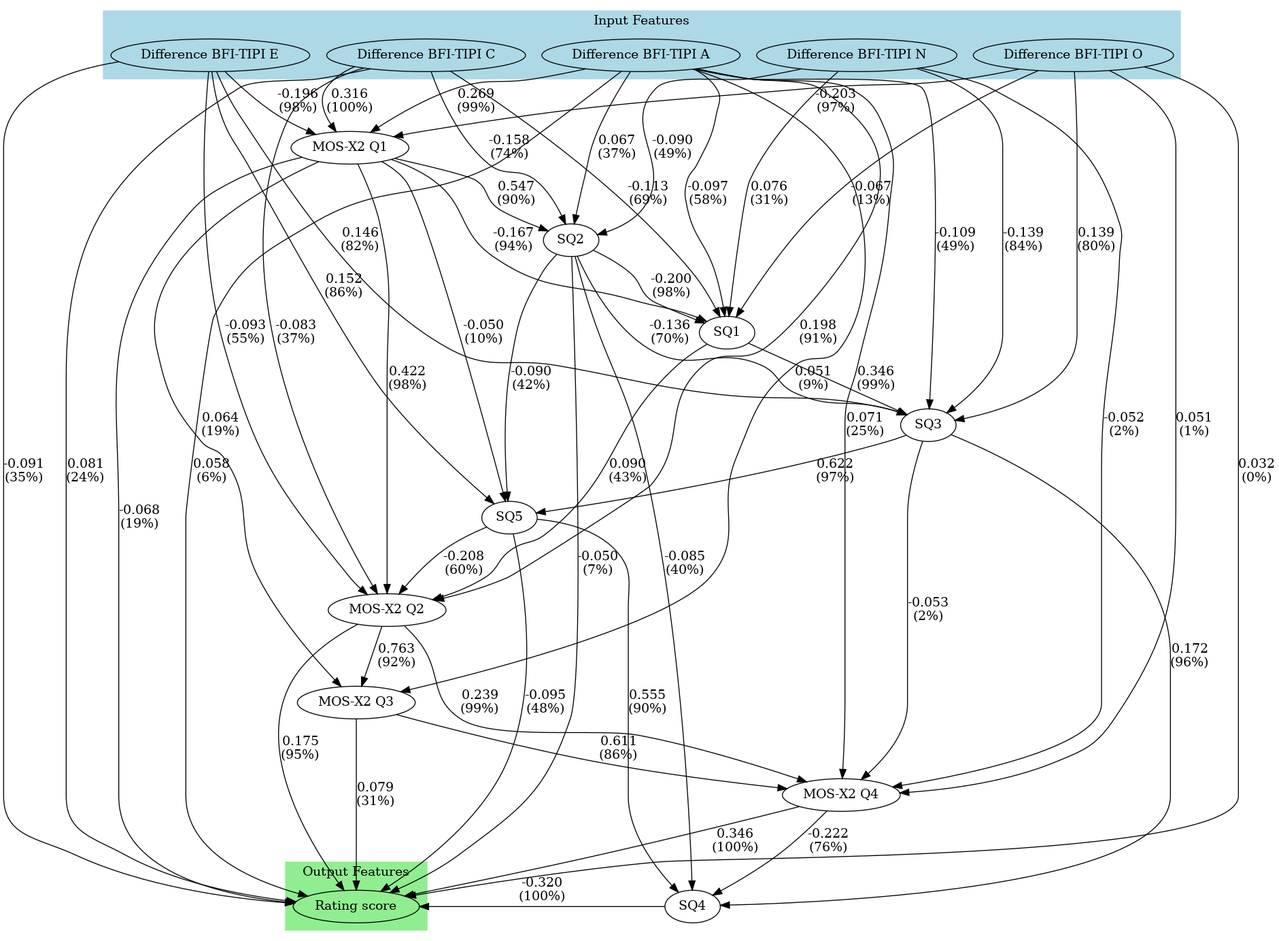
Before: Experiment3/Workspace/Models/causal_outputs/figures/causal_graphs/lingam_causal_model_direct.png, a diagram exported from Graphviz (hiimmuc/Hetero-GNN-CausalDiscovery). Its source is kept beside it as Experiment3/Workspace/Models/causal_outputs/figures/causal_graphs/lingam_causal_model_direct.dot.
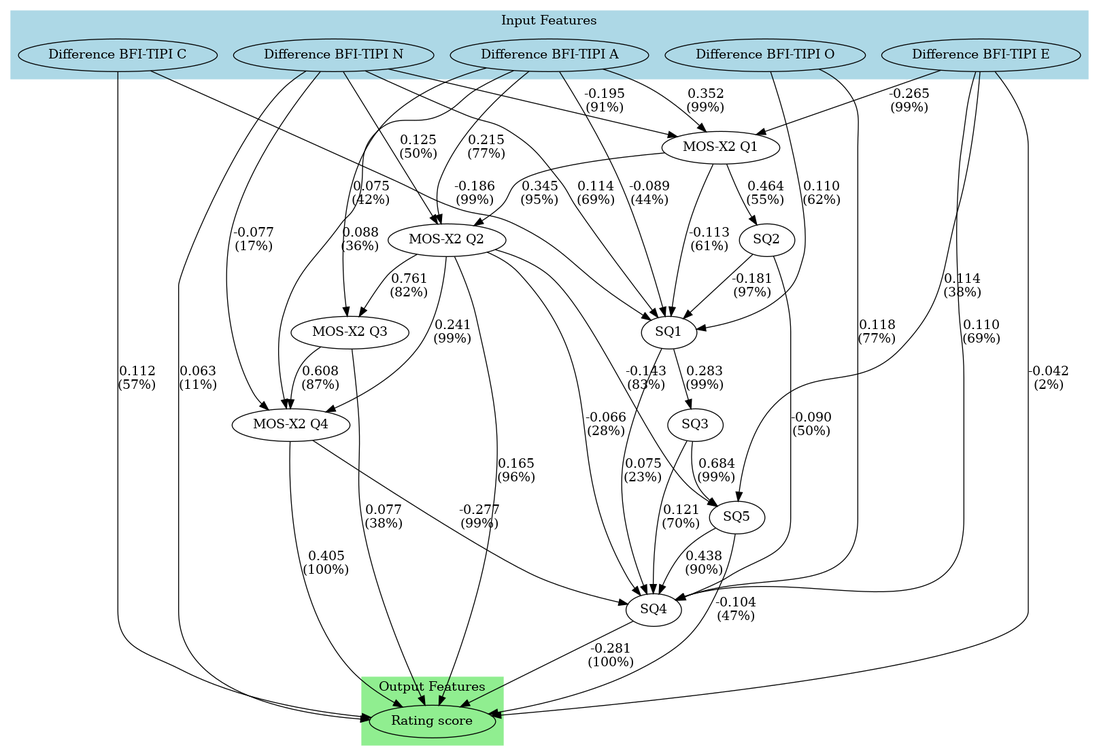
After the commit.

Diff of the diagram source:
```diff
@@ -16,60 +16,45 @@
 	SQ4 [label=SQ4]
 	SQ5 [label=SQ5]
 	"Rating score" [label="Rating score"]
-	"Difference BFI-TIPI O" -> "MOS-X2 Q1" [label="-0.203\n(97%)" fontsize=14]
-	"Difference BFI-TIPI C" -> "MOS-X2 Q1" [label="0.316\n(100%)" fontsize=14]
-	"Difference BFI-TIPI E" -> "MOS-X2 Q1" [label="-0.196\n(98%)" fontsize=14]
-	"Difference BFI-TIPI A" -> "MOS-X2 Q1" [label="0.269\n(99%)" fontsize=14]
-	"Difference BFI-TIPI C" -> "MOS-X2 Q2" [label="-0.083\n(37%)" fontsize=14]
-	"Difference BFI-TIPI E" -> "MOS-X2 Q2" [label="-0.093\n(55%)" fontsize=14]
-	"Difference BFI-TIPI A" -> "MOS-X2 Q2" [label="0.198\n(91%)" fontsize=14]
-	"MOS-X2 Q1" -> "MOS-X2 Q2" [label="0.422\n(98%)" fontsize=14]
-	SQ1 -> "MOS-X2 Q2" [label="0.090\n(43%)" fontsize=14]
-	SQ5 -> "MOS-X2 Q2" [label="-0.208\n(60%)" fontsize=14]
-	"Difference BFI-TIPI A" -> "MOS-X2 Q3" [label="0.051\n(9%)" fontsize=14]
-	"MOS-X2 Q1" -> "MOS-X2 Q3" [label="0.064\n(19%)" fontsize=14]
-	"MOS-X2 Q2" -> "MOS-X2 Q3" [label="0.763\n(92%)" fontsize=14]
-	"Difference BFI-TIPI O" -> "MOS-X2 Q4" [label="0.051\n(1%)" fontsize=14]
-	"Difference BFI-TIPI A" -> "MOS-X2 Q4" [label="0.071\n(25%)" fontsize=14]
-	"Difference BFI-TIPI N" -> "MOS-X2 Q4" [label="-0.052\n(2%)" fontsize=14]
-	"MOS-X2 Q2" -> "MOS-X2 Q4" [label="0.239\n(99%)" fontsize=14]
-	"MOS-X2 Q3" -> "MOS-X2 Q4" [label="0.611\n(86%)" fontsize=14]
-	SQ3 -> "MOS-X2 Q4" [label="-0.053\n(2%)" fontsize=14]
-	"Difference BFI-TIPI O" -> SQ1 [label="-0.067\n(13%)" fontsize=14]
-	"Difference BFI-TIPI C" -> SQ1 [label="-0.113\n(69%)" fontsize=14]
-	"Difference BFI-TIPI A" -> SQ1 [label="-0.097\n(58%)" fontsize=14]
-	"Difference BFI-TIPI N" -> SQ1 [label="0.076\n(31%)" fontsize=14]
-	"MOS-X2 Q1" -> SQ1 [label="-0.167\n(94%)" fontsize=14]
-	SQ2 -> SQ1 [label="-0.200\n(98%)" fontsize=14]
-	"Difference BFI-TIPI C" -> SQ2 [label="-0.158\n(74%)" fontsize=14]
-	"Difference BFI-TIPI A" -> SQ2 [label="0.067\n(37%)" fontsize=14]
-	"Difference BFI-TIPI N" -> SQ2 [label="-0.090\n(49%)" fontsize=14]
-	"MOS-X2 Q1" -> SQ2 [label="0.547\n(90%)" fontsize=14]
-	"Difference BFI-TIPI O" -> SQ3 [label="0.139\n(80%)" fontsize=14]
-	"Difference BFI-TIPI E" -> SQ3 [label="0.146\n(82%)" fontsize=14]
-	"Difference BFI-TIPI A" -> SQ3 [label="-0.109\n(49%)" fontsize=14]
-	"Difference BFI-TIPI N" -> SQ3 [label="-0.139\n(84%)" fontsize=14]
-	SQ1 -> SQ3 [label="0.346\n(99%)" fontsize=14]
-	SQ2 -> SQ3 [label="-0.136\n(70%)" fontsize=14]
-	"MOS-X2 Q4" -> SQ4 [label="-0.222\n(76%)" fontsize=14]
-	SQ2 -> SQ4 [label="-0.085\n(40%)" fontsize=14]
-	SQ3 -> SQ4 [label="0.172\n(96%)" fontsize=14]
-	SQ5 -> SQ4 [label="0.555\n(90%)" fontsize=14]
-	"Difference BFI-TIPI E" -> SQ5 [label="0.152\n(86%)" fontsize=14]
-	"MOS-X2 Q1" -> SQ5 [label="-0.050\n(10%)" fontsize=14]
-	SQ2 -> SQ5 [label="-0.090\n(42%)" fontsize=14]
-	SQ3 -> SQ5 [label="0.622\n(97%)" fontsize=14]
-	"Difference BFI-TIPI O" -> "Rating score" [label="0.032\n(0%)" fontsize=14]
-	"Difference BFI-TIPI C" -> "Rating score" [label="0.081\n(24%)" fontsize=14]
-	"Difference BFI-TIPI E" -> "Rating score" [label="-0.091\n(35%)" fontsize=14]
-	"Difference BFI-TIPI A" -> "Rating score" [label="0.058\n(6%)" fontsize=14]
-	"MOS-X2 Q1" -> "Rating score" [label="-0.068\n(19%)" fontsize=14]
-	"MOS-X2 Q2" -> "Rating score" [label="0.175\n(95%)" fontsize=14]
-	"MOS-X2 Q3" -> "Rating score" [label="0.079\n(31%)" fontsize=14]
-	"MOS-X2 Q4" -> "Rating score" [label="0.346\n(100%)" fontsize=14]
-	SQ2 -> "Rating score" [label="-0.050\n(7%)" fontsize=14]
-	SQ4 -> "Rating score" [label="-0.320\n(100%)" fontsize=14]
-	SQ5 -> "Rating score" [label="-0.095\n(48%)" fontsize=14]
+	"Difference BFI-TIPI E" -> "MOS-X2 Q1" [label="-0.265\n(99%)" fontsize=14]
+	"Difference BFI-TIPI A" -> "MOS-X2 Q1" [label="0.352\n(99%)" fontsize=14]
+	"Difference BFI-TIPI N" -> "MOS-X2 Q1" [label="-0.195\n(91%)" fontsize=14]
+	"Difference BFI-TIPI A" -> "MOS-X2 Q2" [label="0.215\n(77%)" fontsize=14]
+	"Difference BFI-TIPI N" -> "MOS-X2 Q2" [label="0.125\n(50%)" fontsize=14]
+	"MOS-X2 Q1" -> "MOS-X2 Q2" [label="0.345\n(95%)" fontsize=14]
+	"Difference BFI-TIPI A" -> "MOS-X2 Q3" [label="0.075\n(42%)" fontsize=14]
+	"MOS-X2 Q2" -> "MOS-X2 Q3" [label="0.761\n(82%)" fontsize=14]
+	"Difference BFI-TIPI A" -> "MOS-X2 Q4" [label="0.088\n(36%)" fontsize=14]
+	"Difference BFI-TIPI N" -> "MOS-X2 Q4" [label="-0.077\n(17%)" fontsize=14]
+	"MOS-X2 Q2" -> "MOS-X2 Q4" [label="0.241\n(99%)" fontsize=14]
+	"MOS-X2 Q3" -> "MOS-X2 Q4" [label="0.608\n(87%)" fontsize=14]
+	"Difference BFI-TIPI O" -> SQ1 [label="0.110\n(62%)" fontsize=14]
+	"Difference BFI-TIPI C" -> SQ1 [label="-0.186\n(99%)" fontsize=14]
+	"Difference BFI-TIPI A" -> SQ1 [label="-0.089\n(44%)" fontsize=14]
+	"Difference BFI-TIPI N" -> SQ1 [label="0.114\n(69%)" fontsize=14]
+	"MOS-X2 Q1" -> SQ1 [label="-0.113\n(61%)" fontsize=14]
+	SQ2 -> SQ1 [label="-0.181\n(97%)" fontsize=14]
+	"MOS-X2 Q1" -> SQ2 [label="0.464\n(55%)" fontsize=14]
+	SQ1 -> SQ3 [label="0.283\n(99%)" fontsize=14]
+	"Difference BFI-TIPI O" -> SQ4 [label="0.118\n(77%)" fontsize=14]
+	"Difference BFI-TIPI E" -> SQ4 [label="0.110\n(69%)" fontsize=14]
+	"MOS-X2 Q2" -> SQ4 [label="-0.066\n(28%)" fontsize=14]
+	"MOS-X2 Q4" -> SQ4 [label="-0.277\n(99%)" fontsize=14]
+	SQ1 -> SQ4 [label="0.075\n(23%)" fontsize=14]
+	SQ2 -> SQ4 [label="-0.090\n(50%)" fontsize=14]
+	SQ3 -> SQ4 [label="0.121\n(70%)" fontsize=14]
+	SQ5 -> SQ4 [label="0.438\n(90%)" fontsize=14]
+	"Difference BFI-TIPI E" -> SQ5 [label="0.114\n(38%)" fontsize=14]
+	"MOS-X2 Q2" -> SQ5 [label="-0.143\n(83%)" fontsize=14]
+	SQ3 -> SQ5 [label="0.684\n(99%)" fontsize=14]
+	"Difference BFI-TIPI C" -> "Rating score" [label="0.112\n(57%)" fontsize=14]
+	"Difference BFI-TIPI E" -> "Rating score" [label="-0.042\n(2%)" fontsize=14]
+	"Difference BFI-TIPI N" -> "Rating score" [label="0.063\n(11%)" fontsize=14]
+	"MOS-X2 Q2" -> "Rating score" [label="0.165\n(96%)" fontsize=14]
+	"MOS-X2 Q3" -> "Rating score" [label="0.077\n(38%)" fontsize=14]
+	"MOS-X2 Q4" -> "Rating score" [label="0.405\n(100%)" fontsize=14]
+	SQ4 -> "Rating score" [label="-0.281\n(100%)" fontsize=14]
+	SQ5 -> "Rating score" [label="-0.104\n(47%)" fontsize=14]
 	subgraph cluster_input {
 		rank=same
 		color=lightblue label="Input Features" style=filled
```
